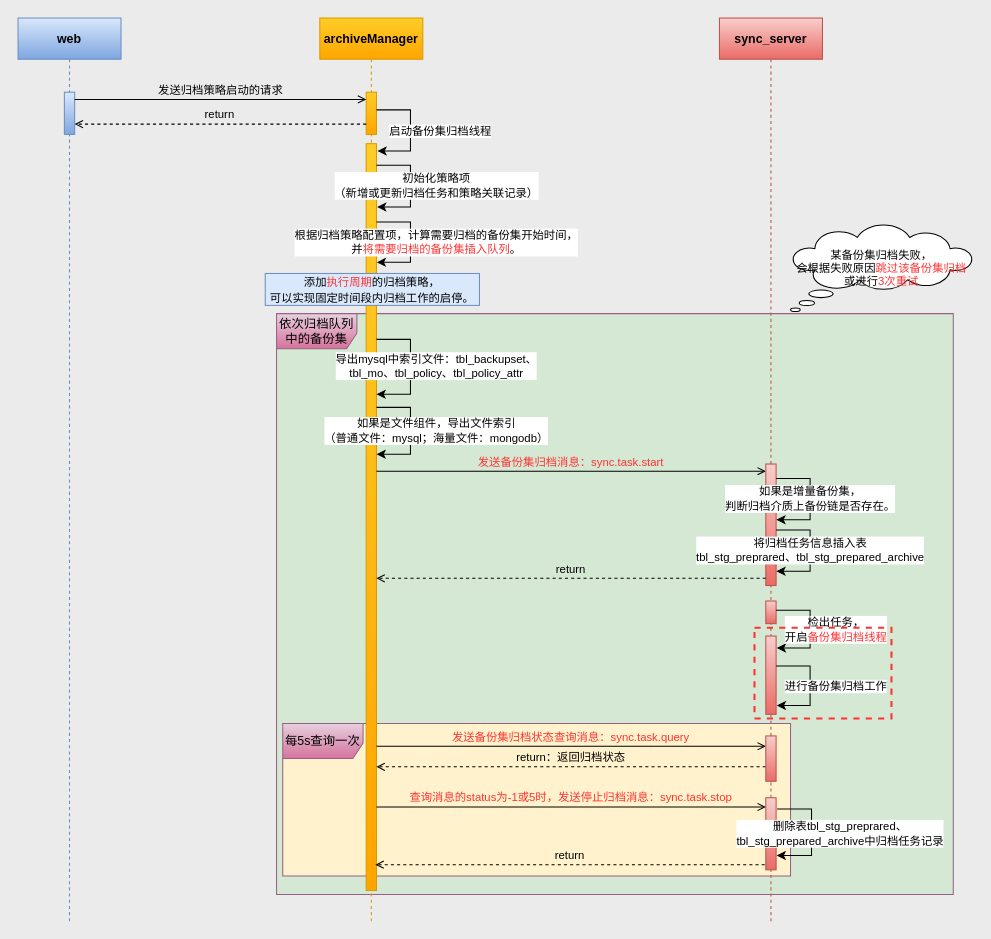
Above: page "归档时序图" (5 of 10) of 02-unary_work/01-黑方6.8版本归档模块/归档服务模块sync_server原理图.drawio in chenzhaoguo/UML (draw.io), before the change. Source tidied: cells renumbered, new cells numbered last; positions are measured from the earlier drawing's top-left corner, leaving out a move shared by most shapes. Both pictures are drawn from the tidied source at 103%, with x=0, y=0 at pixel (18, 18).
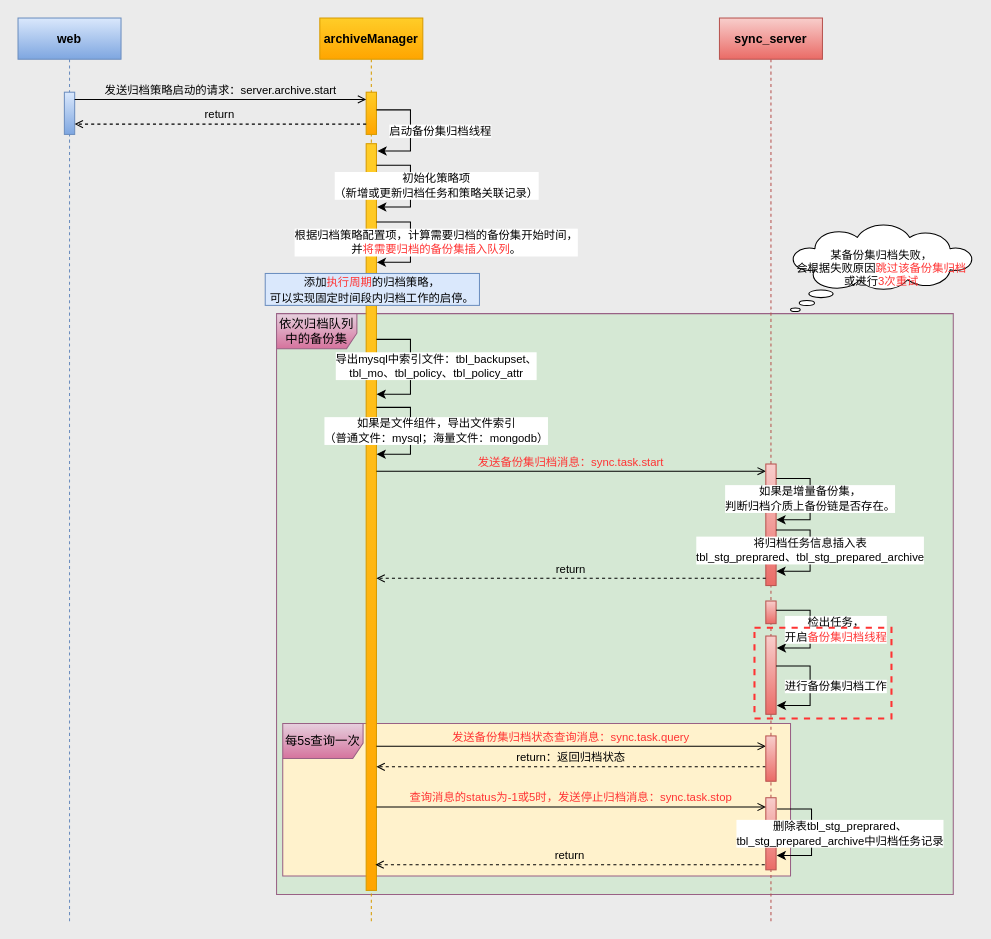
After the change.

What changed in the source:
```diff
@@
-    <mxCell id="20" value="发送归档策略启动的请求" style="verticalAlign=bottom;endArrow=open;entryX=0;entryY=0;shadow=0;strokeWidth=1;endFill=0;labelBackgroundColor=none;" parent="1" edge="1">
+    <mxCell id="20" value="发送归档策略启动的请求：server.archive.start" style="verticalAlign=bottom;endArrow=open;entryX=0;entryY=0;shadow=0;strokeWidth=1;endFill=0;labelBackgroundColor=none;" parent="1" edge="1">
       <mxGeometry relative="1" as="geometry">
         <mxPoint x="55" y="79" as="sourcePoint" />
         <mxPoint x="338" y="79" as="targetPoint" />
       </mxGeometry>
     </mxCell>
```
